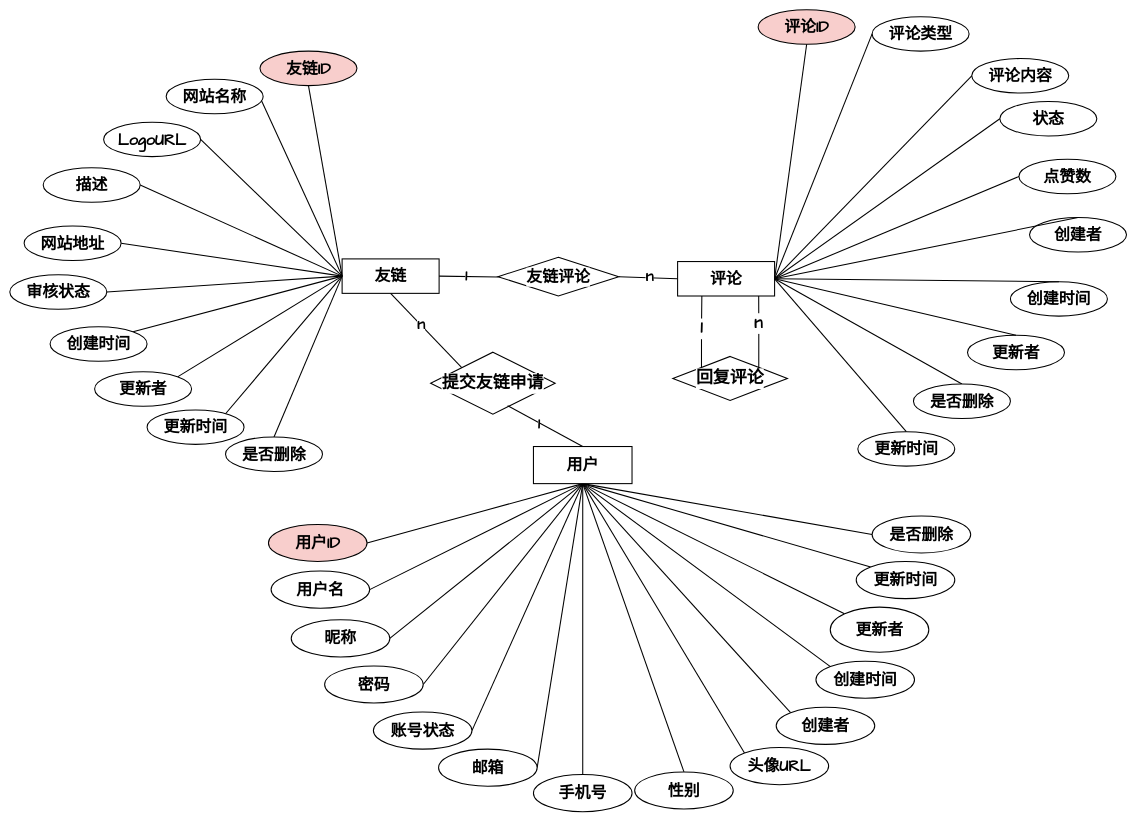
Before: graph/友链ER.drawio in zhangbird050801/bird-blog, a draw.io diagram. Source tidied: cells renumbered, new cells numbered last; positions are measured from the earlier drawing's top-left corner, leaving out a move shared by most shapes. Both pictures are drawn from the tidied source at 53%, with x=0, y=0 at pixel (10, 10).
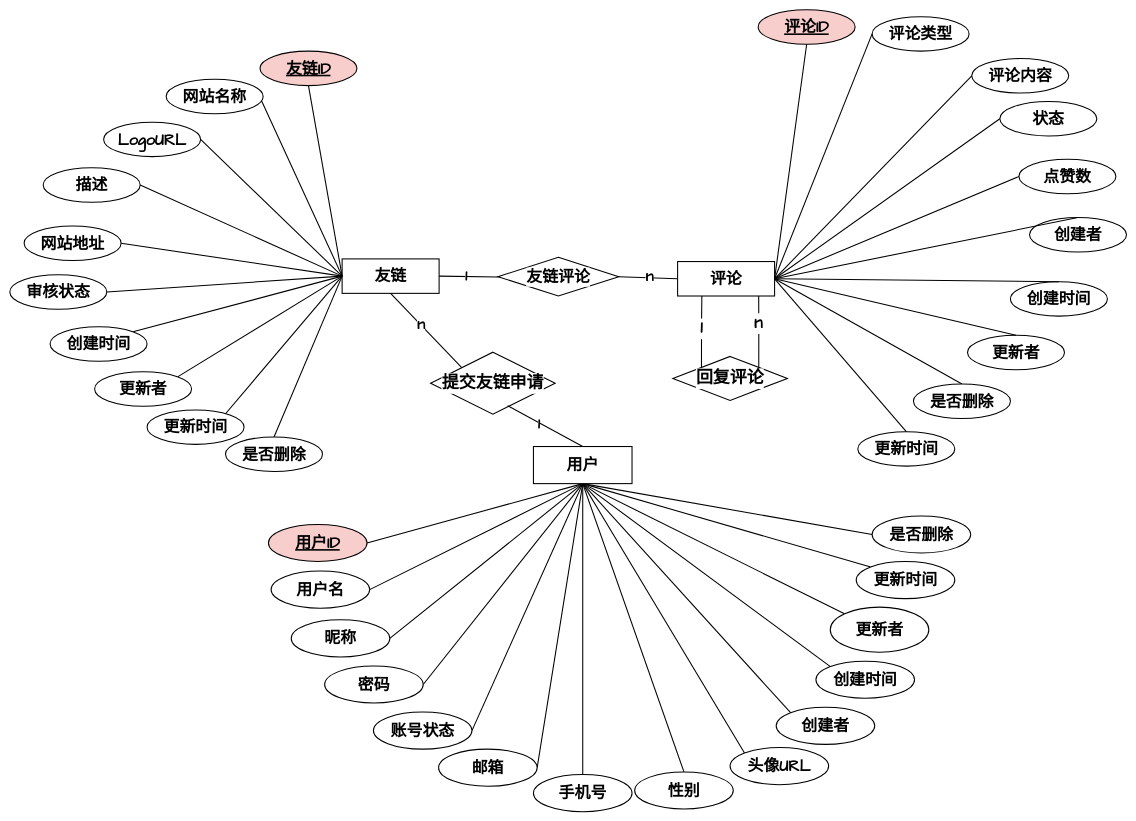
The same page after the edit.

Change to the diagram source:
```diff
@@
-    <mxCell id="4" value="友链ID" style="whiteSpace=wrap;html=1;shape=ellipse;perimeter=ellipsePerimeter;fillColor=#f8cecc;strokeColor=default;fontSize=30;rounded=0;strokeWidth=2;align=center;verticalAlign=middle;fontFamily=Comic Sans MS;fontColor=default;fontStyle=1;labelBackgroundColor=none;" parent="1" vertex="1">
+    <mxCell id="4" value="友链ID" style="whiteSpace=wrap;html=1;shape=ellipse;perimeter=ellipsePerimeter;fillColor=#f8cecc;strokeColor=default;fontSize=30;rounded=0;strokeWidth=2;align=center;verticalAlign=middle;fontFamily=Comic Sans MS;fontColor=default;fontStyle=5;labelBackgroundColor=none;" parent="1" vertex="1">
       <mxGeometry x="472" y="78" width="183" height="65" as="geometry" />
     </mxCell>
@@
-    <mxCell id="28" value="评论ID" style="whiteSpace=wrap;html=1;shape=ellipse;perimeter=ellipsePerimeter;fillColor=#f8cecc;strokeColor=default;fontSize=30;rounded=0;strokeWidth=2;align=center;verticalAlign=middle;fontFamily=Comic Sans MS;fontColor=default;fontStyle=1;labelBackgroundColor=none;" parent="1" vertex="1">
+    <mxCell id="28" value="评论ID" style="whiteSpace=wrap;html=1;shape=ellipse;perimeter=ellipsePerimeter;fillColor=#f8cecc;strokeColor=default;fontSize=30;rounded=0;strokeWidth=2;align=center;verticalAlign=middle;fontFamily=Comic Sans MS;fontColor=default;fontStyle=5;labelBackgroundColor=none;" parent="1" vertex="1">
       <mxGeometry x="1412" width="183" height="65" as="geometry" />
     </mxCell>
@@
-    <mxCell id="69" value="用户ID" style="ellipse;whiteSpace=wrap;html=1;fillColor=#f8cecc;strokeColor=default;fontSize=30;fontFamily=Comic Sans MS;rounded=0;strokeWidth=2;align=center;verticalAlign=middle;fontColor=default;labelBackgroundColor=none;fontStyle=1;" parent="1" vertex="1">
+    <mxCell id="69" value="用户ID" style="ellipse;whiteSpace=wrap;html=1;fillColor=#f8cecc;strokeColor=default;fontSize=30;fontFamily=Comic Sans MS;rounded=0;strokeWidth=2;align=center;verticalAlign=middle;fontColor=default;labelBackgroundColor=none;fontStyle=5;" parent="1" vertex="1">
       <mxGeometry x="488" y="971" width="186" height="70" as="geometry" />
     </mxCell>
```
